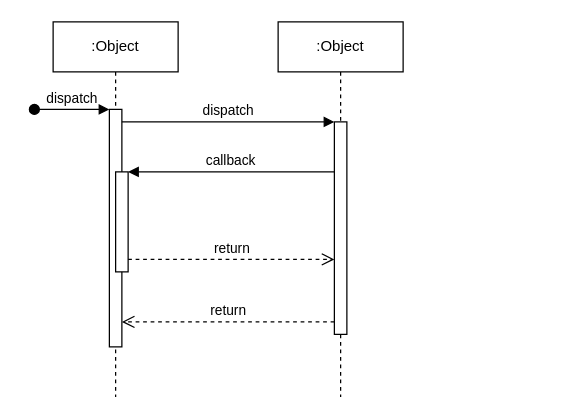
Earlier version of the draw.io diagram Site Web/Séquence.drawio (NergYR/Projet_securite). Source tidied: cells renumbered, new cells numbered last; positions are measured from the earlier drawing's top-left corner, leaving out a move shared by most shapes. Both pictures are drawn from the tidied source at 125%, with x=0, y=0 at pixel (34, 21).
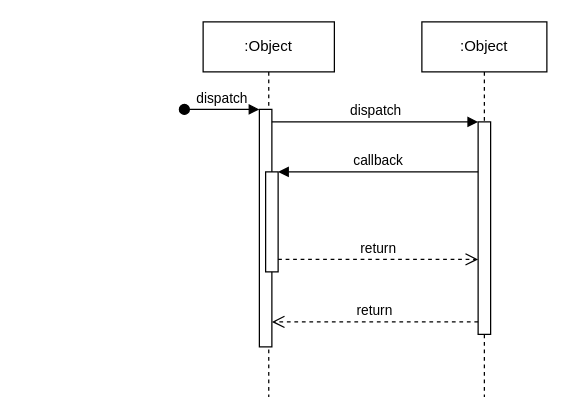
The same page after the edit.

Commit message:
Mettre à jour Séquence.drawio

Diff of the diagram source:
```diff
@@
 <mxGraphModel>
   <root>
     <mxCell id="0" />
     <mxCell id="1" parent="0" />
-    <mxCell id="2" value=":Object" style="shape=umlLifeline;perimeter=lifelinePerimeter;whiteSpace=wrap;html=1;newEdgeStyle={&quot;edgeStyle&quot;:&quot;elbowEdgeStyle&quot;,&quot;elbow&quot;:&quot;vertical&quot;,&quot;curved&quot;:0,&quot;rounded&quot;:0};" parent="1" vertex="1">
-      <mxGeometry x="15" width="100" height="300" as="geometry" />
+    <mxCell id="2" value=":Object" style="shape=umlLifeline;perimeter=lifelinePerimeter;whiteSpace=wrap;html=1;newEdgeStyle={&quot;edgeStyle&quot;:&quot;elbowEdgeStyle&quot;,&quot;elbow&quot;:&quot;vertical&quot;,&quot;curved&quot;:0,&quot;rounded&quot;:0};rounded=0;" parent="1" vertex="1">
+      <mxGeometry x="135" width="105" height="300" as="geometry" />
     </mxCell>
     <mxCell id="3" style="html=1;points=[];perimeter=orthogonalPerimeter;outlineConnect=0;targetShapes=umlLifeline;portConstraint=eastwest;newEdgeStyle={&quot;edgeStyle&quot;:&quot;elbowEdgeStyle&quot;,&quot;elbow&quot;:&quot;vertical&quot;,&quot;curved&quot;:0,&quot;rounded&quot;:0};" parent="2" vertex="1">
       <mxGeometry x="45" y="70" width="10" height="190" as="geometry" />
     </mxCell>
     <mxCell id="4" value="dispatch" style="html=1;verticalAlign=bottom;startArrow=oval;endArrow=block;startSize=8;edgeStyle=elbowEdgeStyle;elbow=vertical;curved=0;rounded=0;" parent="2" edge="1" target="3">
       <mxGeometry relative="1" as="geometry">
         <mxPoint x="-15" y="70" as="sourcePoint" />
       </mxGeometry>
     </mxCell>
     <mxCell id="5" style="html=1;points=[];perimeter=orthogonalPerimeter;outlineConnect=0;targetShapes=umlLifeline;portConstraint=eastwest;newEdgeStyle={&quot;edgeStyle&quot;:&quot;elbowEdgeStyle&quot;,&quot;elbow&quot;:&quot;vertical&quot;,&quot;curved&quot;:0,&quot;rounded&quot;:0};" parent="2" vertex="1">
       <mxGeometry x="50" y="120" width="10" height="80" as="geometry" />
     </mxCell>
     <mxCell id="6" value=":Object" style="shape=umlLifeline;perimeter=lifelinePerimeter;whiteSpace=wrap;html=1;newEdgeStyle={&quot;edgeStyle&quot;:&quot;elbowEdgeStyle&quot;,&quot;elbow&quot;:&quot;vertical&quot;,&quot;curved&quot;:0,&quot;rounded&quot;:0};" parent="1" vertex="1">
-      <mxGeometry x="195" width="100" height="300" as="geometry" />
+      <mxGeometry x="310" width="100" height="300" as="geometry" />
     </mxCell>
     <mxCell id="7" style="html=1;points=[];perimeter=orthogonalPerimeter;outlineConnect=0;targetShapes=umlLifeline;portConstraint=eastwest;newEdgeStyle={&quot;edgeStyle&quot;:&quot;elbowEdgeStyle&quot;,&quot;elbow&quot;:&quot;vertical&quot;,&quot;curved&quot;:0,&quot;rounded&quot;:0};" parent="6" vertex="1">
       <mxGeometry x="45" y="80" width="10" height="170" as="geometry" />
     </mxCell>
     <mxCell id="8" value="dispatch" style="html=1;verticalAlign=bottom;endArrow=block;edgeStyle=elbowEdgeStyle;elbow=vertical;curved=0;rounded=0;" parent="1" edge="1" source="3" target="7">
       <mxGeometry relative="1" as="geometry">
         <Array as="points">
-          <mxPoint x="155" y="80" />
+          <mxPoint x="270" y="80" />
         </Array>
       </mxGeometry>
     </mxCell>
     <mxCell id="9" value="return" style="html=1;verticalAlign=bottom;endArrow=open;dashed=1;endSize=8;edgeStyle=elbowEdgeStyle;elbow=vertical;curved=0;rounded=0;" parent="1" edge="1" source="7" target="3">
       <mxGeometry relative="1" as="geometry">
         <Array as="points">
-          <mxPoint x="165" y="240" />
+          <mxPoint x="280" y="240" />
         </Array>
       </mxGeometry>
     </mxCell>
     <mxCell id="10" value="callback" style="html=1;verticalAlign=bottom;endArrow=block;edgeStyle=elbowEdgeStyle;elbow=vertical;curved=0;rounded=0;" parent="1" edge="1" source="7" target="5">
       <mxGeometry relative="1" as="geometry">
         <Array as="points">
-          <mxPoint x="165" y="120" />
+          <mxPoint x="280" y="120" />
         </Array>
       </mxGeometry>
     </mxCell>
     <mxCell id="11" value="return" style="html=1;verticalAlign=bottom;endArrow=open;dashed=1;endSize=8;edgeStyle=elbowEdgeStyle;elbow=vertical;curved=0;rounded=0;" parent="1" edge="1" source="5" target="7">
       <mxGeometry relative="1" as="geometry">
         <Array as="points">
-          <mxPoint x="155" y="190" />
+          <mxPoint x="270" y="190" />
         </Array>
       </mxGeometry>
     </mxCell>
   </root>
 </mxGraphModel>
```
